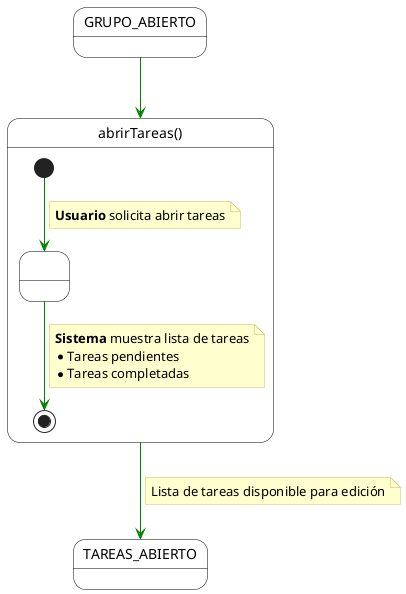
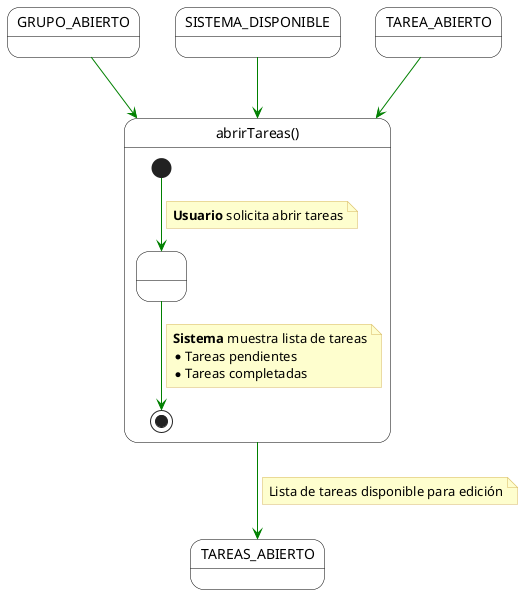
@startuml abrirTareas
skinparam state {
    BackgroundColor White
    BorderColor Black
    ArrowColor #008000
}
skinparam note {
    BackgroundColor #FEFECE
    BorderColor #D7B75F
}

state GRUPO_ABIERTO
+ state SISTEMA_DISPONIBLE
+ state TAREA_ABIERTO

state "abrirTareas()" as abrirTareas {
    state " " as Inicio <<start>>
    state " " as Intermedio
    state " " as Fin <<end>>

    Inicio --> Intermedio
    note on link
        <b>Usuario</b> solicita abrir tareas
    end note

    Intermedio --> Fin
    note on link
        <b>Sistema</b> muestra lista de tareas
        * Tareas pendientes
        * Tareas completadas
    end note
}

state TAREAS_ABIERTO

GRUPO_ABIERTO --> abrirTareas
+ SISTEMA_DISPONIBLE--> abrirTareas
+ TAREA_ABIERTO --> abrirTareas
abrirTareas --> TAREAS_ABIERTO
note on link
    Lista de tareas disponible para edición
end note
@enduml